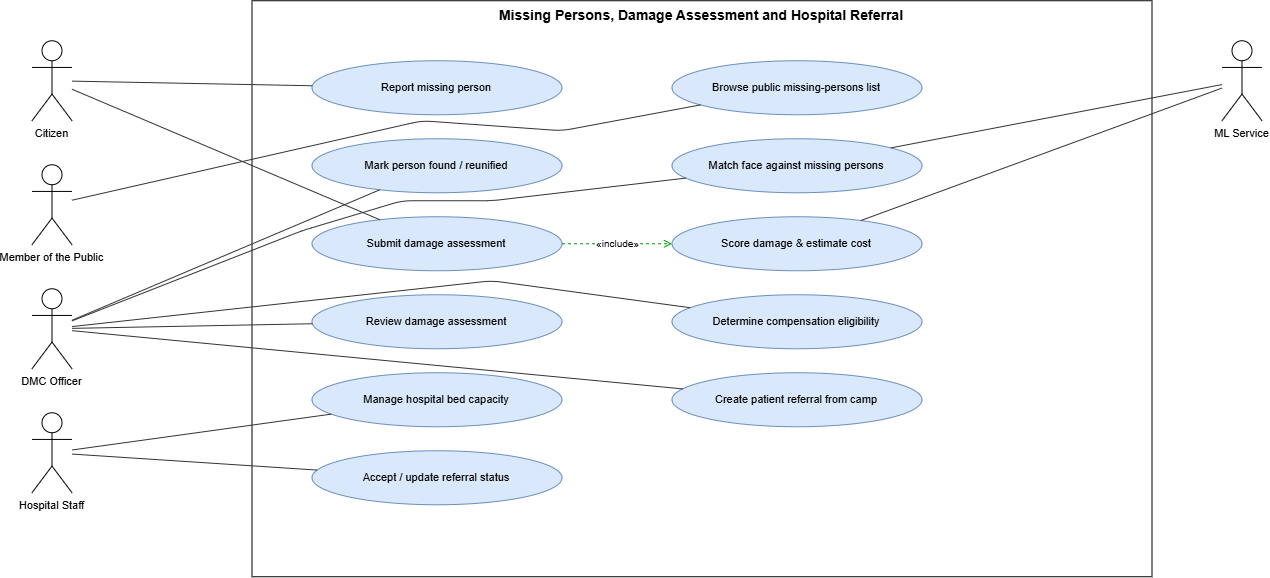
DeshanDV1003/Suraksha---Web-App keeps this draw.io diagram as research-report-source/diagrams/pngs/Appendix_B.3_UseCase_Missing_Persons_Damage_and_Hospital_Referral.drawio.png. Above is the earlier version. Source tidied: cells renumbered, new cells last; positions are measured from the earlier drawing's top-left corner, leaving out a move shared by most shapes. Its diagram source:
```xml
<mxGraphModel>
  <root>
    <mxCell id="0" />
    <mxCell id="1" parent="0" />
    <mxCell id="2" value="Missing Persons, Damage Assessment and Hospital Referral" style="rounded=0;whiteSpace=wrap;html=1;verticalAlign=top;fontStyle=1;fontSize=14;fillColor=none;strokeColor=#000000;" parent="1" vertex="1">
      <mxGeometry x="220" width="900" height="576" as="geometry" />
    </mxCell>
    <mxCell id="3" value="Report missing person" style="ellipse;whiteSpace=wrap;html=1;fillColor=#dae8fc;strokeColor=#6c8ebf;fontSize=11;" parent="1" vertex="1">
      <mxGeometry x="280" y="60" width="250" height="54" as="geometry" />
    </mxCell>
    <mxCell id="4" value="Browse public missing-persons list" style="ellipse;whiteSpace=wrap;html=1;fillColor=#dae8fc;strokeColor=#6c8ebf;fontSize=11;" parent="1" vertex="1">
      <mxGeometry x="640" y="60" width="250" height="54" as="geometry" />
    </mxCell>
    <mxCell id="5" value="Mark person found / reunified" style="ellipse;whiteSpace=wrap;html=1;fillColor=#dae8fc;strokeColor=#6c8ebf;fontSize=11;" parent="1" vertex="1">
      <mxGeometry x="280" y="138" width="250" height="54" as="geometry" />
    </mxCell>
    <mxCell id="6" value="Match face against missing persons" style="ellipse;whiteSpace=wrap;html=1;fillColor=#dae8fc;strokeColor=#6c8ebf;fontSize=11;" parent="1" vertex="1">
      <mxGeometry x="640" y="138" width="250" height="54" as="geometry" />
    </mxCell>
    <mxCell id="7" value="Submit damage assessment" style="ellipse;whiteSpace=wrap;html=1;fillColor=#dae8fc;strokeColor=#6c8ebf;fontSize=11;" parent="1" vertex="1">
      <mxGeometry x="280" y="216" width="250" height="54" as="geometry" />
    </mxCell>
    <mxCell id="8" value="Score damage &amp; estimate cost" style="ellipse;whiteSpace=wrap;html=1;fillColor=#dae8fc;strokeColor=#6c8ebf;fontSize=11;" parent="1" vertex="1">
      <mxGeometry x="640" y="216" width="250" height="54" as="geometry" />
    </mxCell>
    <mxCell id="9" value="Review damage assessment" style="ellipse;whiteSpace=wrap;html=1;fillColor=#dae8fc;strokeColor=#6c8ebf;fontSize=11;" parent="1" vertex="1">
      <mxGeometry x="280" y="294" width="250" height="54" as="geometry" />
    </mxCell>
    <mxCell id="10" value="Determine compensation eligibility" style="ellipse;whiteSpace=wrap;html=1;fillColor=#dae8fc;strokeColor=#6c8ebf;fontSize=11;" parent="1" vertex="1">
      <mxGeometry x="640" y="294" width="250" height="54" as="geometry" />
    </mxCell>
    <mxCell id="11" value="Manage hospital bed capacity" style="ellipse;whiteSpace=wrap;html=1;fillColor=#dae8fc;strokeColor=#6c8ebf;fontSize=11;" parent="1" vertex="1">
      <mxGeometry x="280" y="372" width="250" height="54" as="geometry" />
    </mxCell>
    <mxCell id="12" value="Create patient referral from camp" style="ellipse;whiteSpace=wrap;html=1;fillColor=#dae8fc;strokeColor=#6c8ebf;fontSize=11;" parent="1" vertex="1">
      <mxGeometry x="640" y="372" width="250" height="54" as="geometry" />
    </mxCell>
    <mxCell id="13" value="Accept / update referral status" style="ellipse;whiteSpace=wrap;html=1;fillColor=#dae8fc;strokeColor=#6c8ebf;fontSize=11;" parent="1" vertex="1">
      <mxGeometry x="280" y="450" width="250" height="54" as="geometry" />
    </mxCell>
    <mxCell id="14" value="Citizen" style="shape=umlActor;verticalLabelPosition=bottom;verticalAlign=top;html=1;outlineConnect=0;fontSize=11;" parent="1" vertex="1">
      <mxGeometry y="40" width="40" height="80" as="geometry" />
    </mxCell>
    <mxCell id="15" value="Member of the Public" style="shape=umlActor;verticalLabelPosition=bottom;verticalAlign=top;html=1;outlineConnect=0;fontSize=11;" parent="1" vertex="1">
      <mxGeometry y="164" width="40" height="80" as="geometry" />
    </mxCell>
    <mxCell id="16" value="DMC Officer" style="shape=umlActor;verticalLabelPosition=bottom;verticalAlign=top;html=1;outlineConnect=0;fontSize=11;" parent="1" vertex="1">
      <mxGeometry y="288" width="40" height="80" as="geometry" />
    </mxCell>
    <mxCell id="17" value="Hospital Staff" style="shape=umlActor;verticalLabelPosition=bottom;verticalAlign=top;html=1;outlineConnect=0;fontSize=11;" parent="1" vertex="1">
      <mxGeometry y="412" width="40" height="80" as="geometry" />
    </mxCell>
    <mxCell id="18" value="ML Service" style="shape=umlActor;verticalLabelPosition=bottom;verticalAlign=top;html=1;outlineConnect=0;fontSize=11;" parent="1" vertex="1">
      <mxGeometry x="1190" y="40" width="40" height="80" as="geometry" />
    </mxCell>
    <mxCell id="19" style="endArrow=none;html=1;strokeColor=#333333;" parent="1" edge="1" source="14" target="3">
      <mxGeometry relative="1" as="geometry" />
    </mxCell>
    <mxCell id="20" style="endArrow=none;html=1;strokeColor=#333333;" parent="1" edge="1" source="15" target="4">
      <mxGeometry relative="1" as="geometry">
        <Array as="points">
          <mxPoint x="390" y="120" />
          <mxPoint x="530" y="130" />
        </Array>
      </mxGeometry>
    </mxCell>
    <mxCell id="21" style="endArrow=none;html=1;strokeColor=#333333;" parent="1" edge="1" source="16" target="5">
      <mxGeometry relative="1" as="geometry" />
    </mxCell>
    <mxCell id="22" style="endArrow=none;html=1;strokeColor=#333333;" parent="1" edge="1" source="16" target="6">
      <mxGeometry relative="1" as="geometry">
        <Array as="points">
          <mxPoint x="270" y="230" />
          <mxPoint x="370" y="200" />
          <mxPoint x="460" y="200" />
        </Array>
      </mxGeometry>
    </mxCell>
    <mxCell id="23" style="endArrow=none;html=1;strokeColor=#333333;" parent="1" edge="1" source="18" target="6">
      <mxGeometry relative="1" as="geometry" />
    </mxCell>
    <mxCell id="24" style="endArrow=none;html=1;strokeColor=#333333;" parent="1" edge="1" source="14" target="7">
      <mxGeometry relative="1" as="geometry" />
    </mxCell>
    <mxCell id="25" style="endArrow=none;html=1;strokeColor=#333333;" parent="1" edge="1" source="18" target="8">
      <mxGeometry relative="1" as="geometry" />
    </mxCell>
    <mxCell id="26" style="endArrow=none;html=1;strokeColor=#333333;" parent="1" edge="1" source="16" target="9">
      <mxGeometry relative="1" as="geometry" />
    </mxCell>
    <mxCell id="27" style="endArrow=none;html=1;strokeColor=#333333;" parent="1" edge="1" source="16" target="10">
      <mxGeometry relative="1" as="geometry">
        <Array as="points">
          <mxPoint x="460" y="280" />
        </Array>
      </mxGeometry>
    </mxCell>
    <mxCell id="28" style="endArrow=none;html=1;strokeColor=#333333;" parent="1" edge="1" source="17" target="11">
      <mxGeometry relative="1" as="geometry" />
    </mxCell>
    <mxCell id="29" style="endArrow=none;html=1;strokeColor=#333333;" parent="1" edge="1" source="16" target="12">
      <mxGeometry relative="1" as="geometry" />
    </mxCell>
    <mxCell id="30" style="endArrow=none;html=1;strokeColor=#333333;" parent="1" edge="1" source="17" target="13">
      <mxGeometry relative="1" as="geometry" />
    </mxCell>
    <mxCell id="31" value="«include»" style="endArrow=open;endFill=0;html=1;dashed=1;fontSize=10;strokeColor=#009900;" parent="1" edge="1" source="7" target="8">
      <mxGeometry relative="1" as="geometry" />
    </mxCell>
  </root>
</mxGraphModel>
```
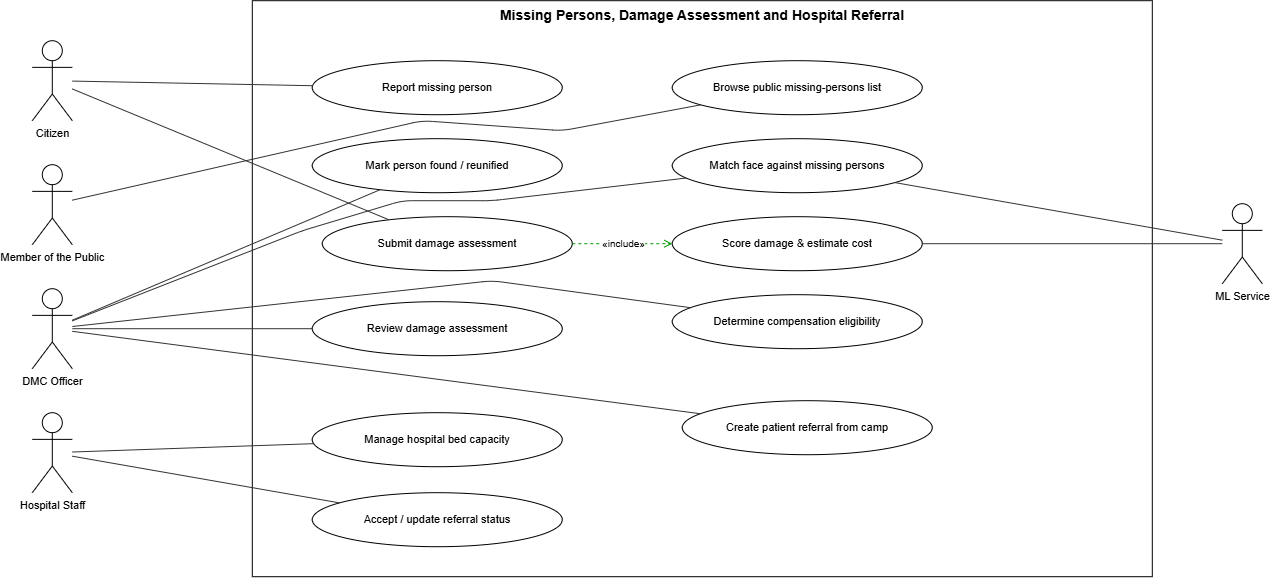
The same diagram one commit later.

Change to the diagram source:
```diff
@@ -2,41 +2,41 @@
   <root>
     <mxCell id="0" />
     <mxCell id="1" parent="0" />
-    <mxCell id="2" value="Missing Persons, Damage Assessment and Hospital Referral" style="rounded=0;whiteSpace=wrap;html=1;verticalAlign=top;fontStyle=1;fontSize=14;fillColor=none;strokeColor=#000000;" parent="1" vertex="1">
+    <mxCell id="2" value="Missing Persons, Damage Assessment and Hospital Referral" style="rounded=0;whiteSpace=wrap;html=1;verticalAlign=top;fontStyle=1;fontSize=14;" parent="1" vertex="1">
       <mxGeometry x="220" width="900" height="576" as="geometry" />
     </mxCell>
-    <mxCell id="3" value="Report missing person" style="ellipse;whiteSpace=wrap;html=1;fillColor=#dae8fc;strokeColor=#6c8ebf;fontSize=11;" parent="1" vertex="1">
+    <mxCell id="3" value="Report missing person" style="ellipse;whiteSpace=wrap;html=1;fontSize=11;" parent="1" vertex="1">
       <mxGeometry x="280" y="60" width="250" height="54" as="geometry" />
     </mxCell>
-    <mxCell id="4" value="Browse public missing-persons list" style="ellipse;whiteSpace=wrap;html=1;fillColor=#dae8fc;strokeColor=#6c8ebf;fontSize=11;" parent="1" vertex="1">
+    <mxCell id="4" value="Browse public missing-persons list" style="ellipse;whiteSpace=wrap;html=1;fontSize=11;" parent="1" vertex="1">
       <mxGeometry x="640" y="60" width="250" height="54" as="geometry" />
     </mxCell>
-    <mxCell id="5" value="Mark person found / reunified" style="ellipse;whiteSpace=wrap;html=1;fillColor=#dae8fc;strokeColor=#6c8ebf;fontSize=11;" parent="1" vertex="1">
+    <mxCell id="5" value="Mark person found / reunified" style="ellipse;whiteSpace=wrap;html=1;fontSize=11;" parent="1" vertex="1">
       <mxGeometry x="280" y="138" width="250" height="54" as="geometry" />
     </mxCell>
-    <mxCell id="6" value="Match face against missing persons" style="ellipse;whiteSpace=wrap;html=1;fillColor=#dae8fc;strokeColor=#6c8ebf;fontSize=11;" parent="1" vertex="1">
+    <mxCell id="6" value="Match face against missing persons" style="ellipse;whiteSpace=wrap;html=1;fontSize=11;" parent="1" vertex="1">
       <mxGeometry x="640" y="138" width="250" height="54" as="geometry" />
     </mxCell>
-    <mxCell id="7" value="Submit damage assessment" style="ellipse;whiteSpace=wrap;html=1;fillColor=#dae8fc;strokeColor=#6c8ebf;fontSize=11;" parent="1" vertex="1">
-      <mxGeometry x="280" y="216" width="250" height="54" as="geometry" />
+    <mxCell id="7" value="Submit damage assessment" style="ellipse;whiteSpace=wrap;html=1;fontSize=11;" parent="1" vertex="1">
+      <mxGeometry x="290" y="216" width="250" height="54" as="geometry" />
     </mxCell>
-    <mxCell id="8" value="Score damage &amp; estimate cost" style="ellipse;whiteSpace=wrap;html=1;fillColor=#dae8fc;strokeColor=#6c8ebf;fontSize=11;" parent="1" vertex="1">
+    <mxCell id="8" value="Score damage &amp; estimate cost" style="ellipse;whiteSpace=wrap;html=1;fontSize=11;" parent="1" vertex="1">
       <mxGeometry x="640" y="216" width="250" height="54" as="geometry" />
     </mxCell>
-    <mxCell id="9" value="Review damage assessment" style="ellipse;whiteSpace=wrap;html=1;fillColor=#dae8fc;strokeColor=#6c8ebf;fontSize=11;" parent="1" vertex="1">
-      <mxGeometry x="280" y="294" width="250" height="54" as="geometry" />
+    <mxCell id="9" value="Review damage assessment" style="ellipse;whiteSpace=wrap;html=1;fontSize=11;" parent="1" vertex="1">
+      <mxGeometry x="280" y="301" width="250" height="54" as="geometry" />
     </mxCell>
-    <mxCell id="10" value="Determine compensation eligibility" style="ellipse;whiteSpace=wrap;html=1;fillColor=#dae8fc;strokeColor=#6c8ebf;fontSize=11;" parent="1" vertex="1">
+    <mxCell id="10" value="Determine compensation eligibility" style="ellipse;whiteSpace=wrap;html=1;fontSize=11;" parent="1" vertex="1">
       <mxGeometry x="640" y="294" width="250" height="54" as="geometry" />
     </mxCell>
-    <mxCell id="11" value="Manage hospital bed capacity" style="ellipse;whiteSpace=wrap;html=1;fillColor=#dae8fc;strokeColor=#6c8ebf;fontSize=11;" parent="1" vertex="1">
-      <mxGeometry x="280" y="372" width="250" height="54" as="geometry" />
+    <mxCell id="11" value="Manage hospital bed capacity" style="ellipse;whiteSpace=wrap;html=1;fontSize=11;" parent="1" vertex="1">
+      <mxGeometry x="280" y="412" width="250" height="54" as="geometry" />
     </mxCell>
-    <mxCell id="12" value="Create patient referral from camp" style="ellipse;whiteSpace=wrap;html=1;fillColor=#dae8fc;strokeColor=#6c8ebf;fontSize=11;" parent="1" vertex="1">
-      <mxGeometry x="640" y="372" width="250" height="54" as="geometry" />
+    <mxCell id="12" value="Create patient referral from camp" style="ellipse;whiteSpace=wrap;html=1;fontSize=11;" parent="1" vertex="1">
+      <mxGeometry x="650" y="400" width="250" height="54" as="geometry" />
     </mxCell>
-    <mxCell id="13" value="Accept / update referral status" style="ellipse;whiteSpace=wrap;html=1;fillColor=#dae8fc;strokeColor=#6c8ebf;fontSize=11;" parent="1" vertex="1">
-      <mxGeometry x="280" y="450" width="250" height="54" as="geometry" />
+    <mxCell id="13" value="Accept / update referral status" style="ellipse;whiteSpace=wrap;html=1;fontSize=11;" parent="1" vertex="1">
+      <mxGeometry x="280" y="492" width="250" height="54" as="geometry" />
     </mxCell>
     <mxCell id="14" value="Citizen" style="shape=umlActor;verticalLabelPosition=bottom;verticalAlign=top;html=1;outlineConnect=0;fontSize=11;" parent="1" vertex="1">
       <mxGeometry y="40" width="40" height="80" as="geometry" />
@@ -51,7 +51,7 @@
       <mxGeometry y="412" width="40" height="80" as="geometry" />
     </mxCell>
     <mxCell id="18" value="ML Service" style="shape=umlActor;verticalLabelPosition=bottom;verticalAlign=top;html=1;outlineConnect=0;fontSize=11;" parent="1" vertex="1">
-      <mxGeometry x="1190" y="40" width="40" height="80" as="geometry" />
+      <mxGeometry x="1190" y="203" width="40" height="80" as="geometry" />
     </mxCell>
     <mxCell id="19" style="endArrow=none;html=1;strokeColor=#333333;" parent="1" edge="1" source="14" target="3">
       <mxGeometry relative="1" as="geometry" />
```
